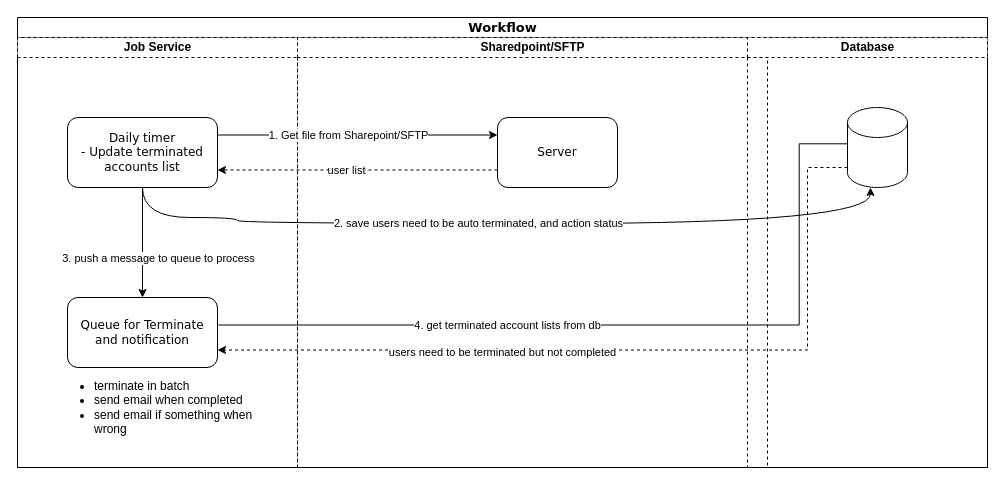
Before: KeppelElectric/Untitled Diagram.drawio in swotiendang/DrawIO, a draw.io diagram. Source tidied: cells renumbered, new cells numbered last; positions are measured from the earlier drawing's top-left corner, leaving out a move shared by most shapes. Both pictures are drawn from the tidied source at 100%, with x=0, y=0 at pixel (17, 17).
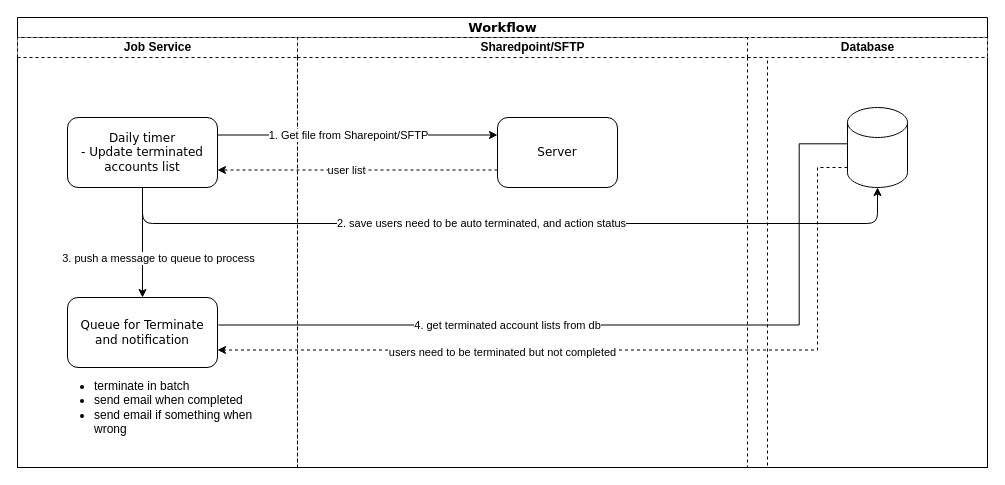
Above is the later version.

The change refers to these unchanged cells:
```xml
<mxCell id="4" value="&lt;font style=&quot;font-size: 12px;&quot;&gt;Daily timer&lt;/font&gt;&lt;div&gt;&lt;span style=&quot;font-size: 12px;&quot;&gt;- Update terminated accounts list&lt;/span&gt;&lt;/div&gt;" style="rounded=1;whiteSpace=wrap;html=1;shadow=0;labelBackgroundColor=none;strokeWidth=1;fontFamily=Verdana;fontSize=8;align=center;" parent="3" vertex="1">
  <mxGeometry x="50" y="80" width="150" height="70" as="geometry" />
</mxCell>
<mxCell id="5" value="&lt;span style=&quot;font-size: 12px;&quot;&gt;Queue for&amp;nbsp;&lt;/span&gt;&lt;span style=&quot;font-size: 12px; background-color: initial;&quot;&gt;Terminate and notification&lt;/span&gt;" style="rounded=1;whiteSpace=wrap;html=1;shadow=0;labelBackgroundColor=none;strokeWidth=1;fontFamily=Verdana;fontSize=8;align=center;" parent="3" vertex="1">
  <mxGeometry x="50" y="260" width="150" height="70" as="geometry" />
</mxCell>
<mxCell id="18" style="shape=cylinder3;whiteSpace=wrap;html=1;boundedLbl=1;backgroundOutline=1;size=15;" parent="17" vertex="1">
  <mxGeometry x="100" y="70" width="60" height="80" as="geometry" />
</mxCell>
```

What changed in the source:
```diff
@@
-    <mxCell id="19" style="endArrow=classic;html=1;rounded=0;edgeStyle=orthogonalEdgeStyle;curved=1;exitX=0.5;exitY=1;exitDx=0;exitDy=0;" parent="1" edge="1" source="4" target="18">
+    <mxCell id="19" style="endArrow=classic;html=1;rounded=1;edgeStyle=orthogonalEdgeStyle;curved=0;exitX=0.5;exitY=1;exitDx=0;exitDy=0;" parent="1" edge="1" source="4" target="18">
       <mxGeometry relative="1" as="geometry">
         <Array as="points">
-          <mxPoint x="125" y="200" />
-          <mxPoint x="220" y="200" />
-          <mxPoint x="220" y="206" />
-          <mxPoint x="853" y="206" />
+          <mxPoint x="125" y="206" />
+          <mxPoint x="860" y="206" />
         </Array>
       </mxGeometry>
     </mxCell>
@@
     <mxCell id="21" style="endArrow=classic;html=1;rounded=0;exitX=0;exitY=0.75;exitDx=0;exitDy=0;exitPerimeter=0;edgeStyle=elbowEdgeStyle;entryX=1;entryY=0.75;entryDx=0;entryDy=0;dashed=1;" parent="1" edge="1" source="18" target="5">
       <mxGeometry relative="1" as="geometry">
         <Array as="points">
-          <mxPoint x="790" y="240" />
+          <mxPoint x="800" y="240" />
         </Array>
       </mxGeometry>
     </mxCell>
```
